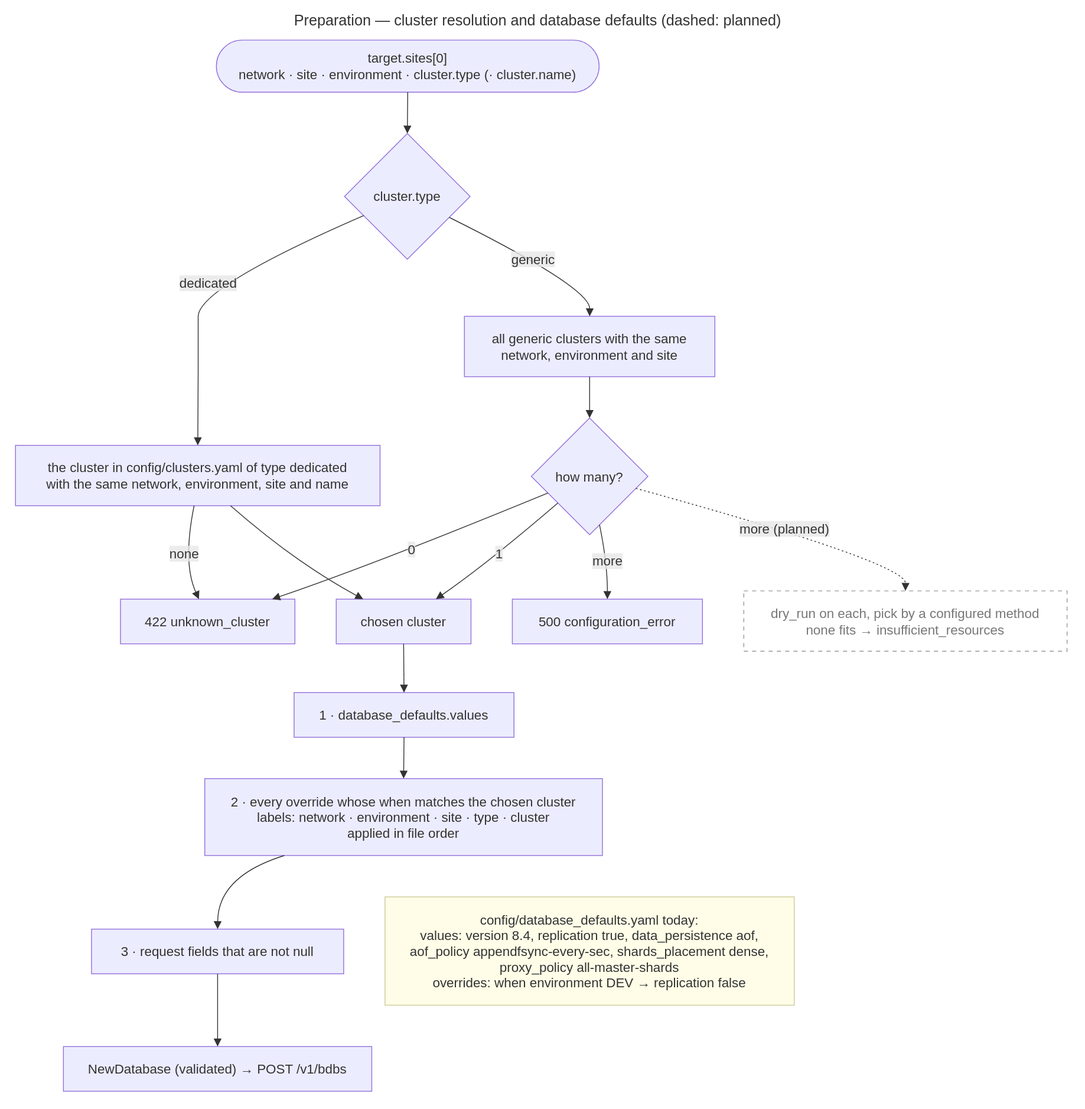
Earlier version of the draw.io export docs/diagrams/13-flow-cluster-and-defaults.drawio.svg (EliShteinman/redis-enterprise-services). Source tidied: cells renumbered, new cells last; positions are measured from the earlier drawing's top-left corner, leaving out a move shared by most shapes.
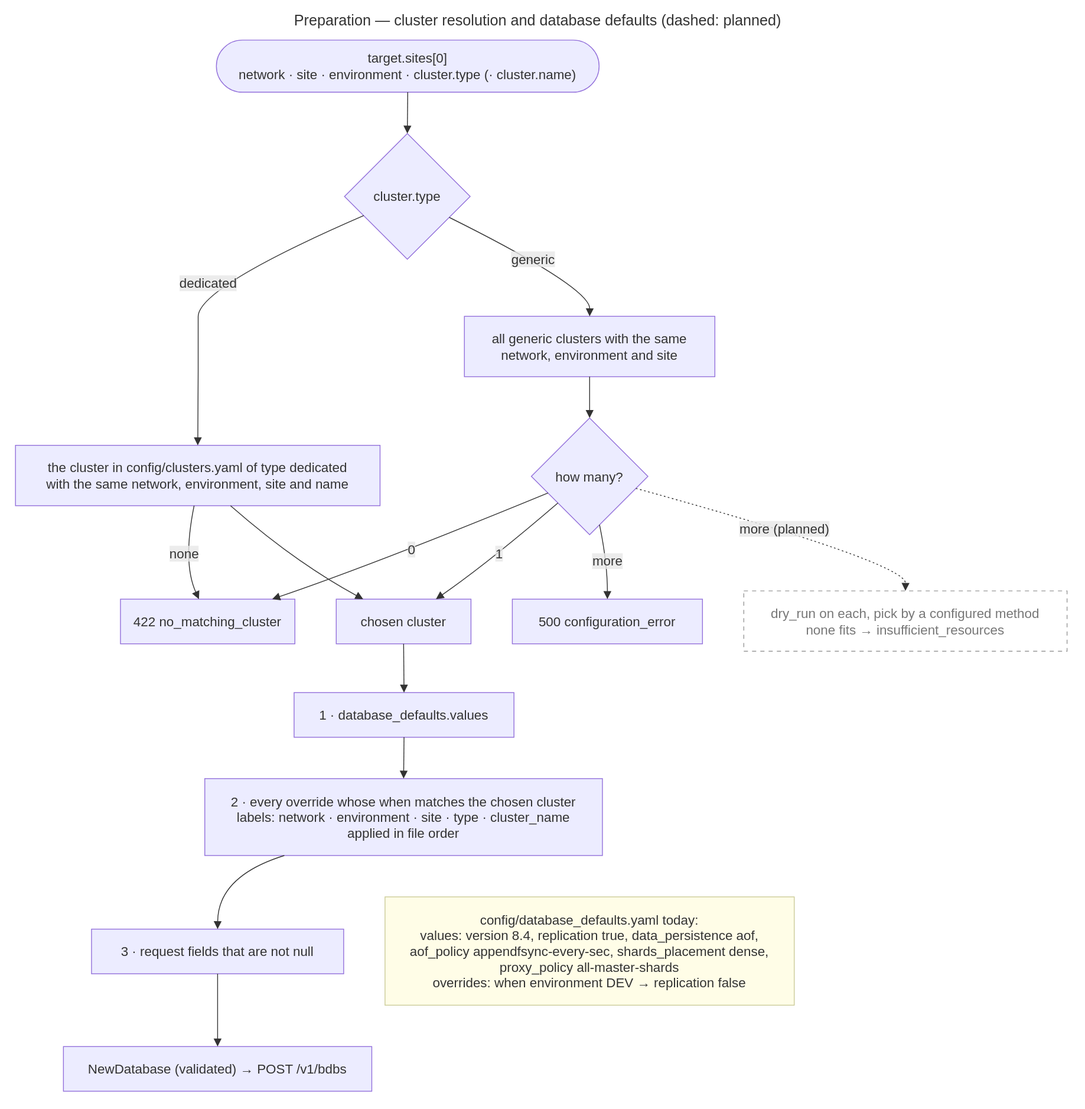
Above is the later version.

Change to the diagram source:
```diff
@@ -17,7 +17,7 @@
     <mxCell id="6" value="how many?" style="rhombus;html=1;strokeWidth=1;whiteSpace=wrap;fillColor=light-dark(#ECECFF,#1f2020);strokeColor=light-dark(#9370DB,#cccccc);fontColor=light-dark(#333333,#cccccc);fontFamily=Trebuchet MS,Verdana,Arial,sans-serif;fontSize=16;" parent="1" vertex="1">
       <mxGeometry x="632" y="495" width="141" height="141" as="geometry" />
     </mxCell>
-    <mxCell id="7" value="422 unknown_cluster" style="html=1;whiteSpace=wrap;strokeWidth=1;fillColor=light-dark(#ECECFF,#1f2020);strokeColor=light-dark(#9370DB,#cccccc);fontColor=light-dark(#333333,#cccccc);fontFamily=Trebuchet MS,Verdana,Arial,sans-serif;fontSize=16;" parent="1" vertex="1">
+    <mxCell id="7" value="422 no_matching_cluster" style="html=1;whiteSpace=wrap;strokeWidth=1;fillColor=light-dark(#ECECFF,#1f2020);strokeColor=light-dark(#9370DB,#cccccc);fontColor=light-dark(#333333,#cccccc);fontFamily=Trebuchet MS,Verdana,Arial,sans-serif;fontSize=16;" parent="1" vertex="1">
       <mxGeometry x="135" y="714" width="211" height="54" as="geometry" />
     </mxCell>
     <mxCell id="8" value="chosen cluster" style="html=1;whiteSpace=wrap;strokeWidth=1;fillColor=light-dark(#ECECFF,#1f2020);strokeColor=light-dark(#9370DB,#cccccc);fontColor=light-dark(#333333,#cccccc);fontFamily=Trebuchet MS,Verdana,Arial,sans-serif;fontSize=16;" parent="1" vertex="1">
@@ -32,7 +32,7 @@
     <mxCell id="11" value="1 · database_defaults.values" style="html=1;whiteSpace=wrap;strokeWidth=1;fillColor=light-dark(#ECECFF,#1f2020);strokeColor=light-dark(#9370DB,#cccccc);fontColor=light-dark(#333333,#cccccc);fontFamily=Trebuchet MS,Verdana,Arial,sans-serif;fontSize=16;" parent="1" vertex="1">
       <mxGeometry x="345" y="827" width="266" height="54" as="geometry" />
     </mxCell>
-    <mxCell id="12" value="2 · every override whose when matches the chosen cluster&#10;labels: network · environment · site · type · cluster&#10;applied in file order" style="html=1;whiteSpace=wrap;strokeWidth=1;fillColor=light-dark(#ECECFF,#1f2020);strokeColor=light-dark(#9370DB,#cccccc);fontColor=light-dark(#333333,#cccccc);fontFamily=Trebuchet MS,Verdana,Arial,sans-serif;fontSize=16;" parent="1" vertex="1">
+    <mxCell id="12" value="2 · every override whose when matches the chosen cluster&#10;labels: network · environment · site · type · cluster_name&#10;applied in file order" style="html=1;whiteSpace=wrap;strokeWidth=1;fillColor=light-dark(#ECECFF,#1f2020);strokeColor=light-dark(#9370DB,#cccccc);fontColor=light-dark(#333333,#cccccc);fontFamily=Trebuchet MS,Verdana,Arial,sans-serif;fontSize=16;" parent="1" vertex="1">
       <mxGeometry x="237" y="931" width="481" height="93" as="geometry" />
     </mxCell>
     <mxCell id="13" value="3 · request fields that are not null" style="html=1;whiteSpace=wrap;strokeWidth=1;fillColor=light-dark(#ECECFF,#1f2020);strokeColor=light-dark(#9370DB,#cccccc);fontColor=light-dark(#333333,#cccccc);fontFamily=Trebuchet MS,Verdana,Arial,sans-serif;fontSize=16;" parent="1" vertex="1">
```
